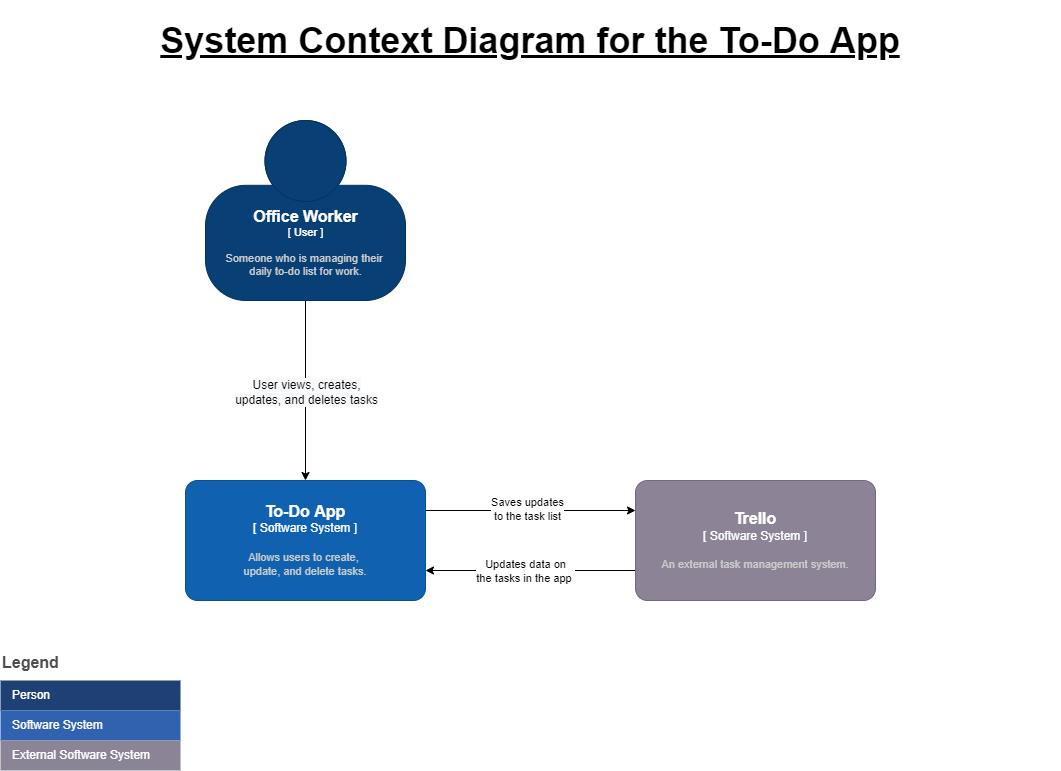
This is documentation/System Context Diagram.png from andiefonderson/DevOps-Course-Starter, a draw.io export, as it was before one commit. Source tidied: cells renumbered, new cells last; positions are measured from the earlier drawing's top-left corner, leaving out a move shared by most shapes. The source it was exported from:
```xml
<mxGraphModel>
  <root>
    <mxCell id="0" />
    <mxCell id="1" parent="0" />
    <mxCell id="2" style="edgeStyle=orthogonalEdgeStyle;rounded=0;jettySize=auto;html=1;exitX=0.5;exitY=1;exitDx=0;exitDy=0;exitPerimeter=0;" parent="1" edge="1" source="4" target="7">
      <mxGeometry relative="1" as="geometry" />
    </mxCell>
    <mxCell id="3" value="&lt;span style=&quot;font-size: 12px ; background-color: rgb(248 , 249 , 250)&quot;&gt;User views, creates,&lt;br&gt;updates, and deletes tasks&lt;br&gt;&lt;/span&gt;" style="edgeLabel;html=1;align=center;verticalAlign=middle;" parent="2" vertex="1">
      <mxGeometry x="0.28" y="2" relative="1" as="geometry">
        <mxPoint x="-2" y="-24" as="offset" />
      </mxGeometry>
    </mxCell>
    <object id="4" label="&lt;font style=&quot;font-size: 16px&quot;&gt;&lt;b&gt;%c4Name%&lt;/b&gt;&lt;/font&gt;&lt;div&gt;[%c4Type%]&lt;/div&gt;&lt;br&gt;&lt;div&gt;&lt;font style=&quot;font-size: 11px&quot;&gt;&lt;font color=&quot;#cccccc&quot;&gt;%c4Description%&lt;/font&gt;&lt;/div&gt;" c4Description="Someone who is managing their &#10;daily to-do list for work." c4Name="Office Worker" c4Type=" User " placeholders="1">
      <mxCell style="html=1;fontSize=11;dashed=0;whitespace=wrap;fillColor=#083F75;strokeColor=#06315C;fontColor=#ffffff;shape=mxgraph.c4.person2;align=center;points=[[0.5,0,0],[1,0.5,0],[1,0.75,0],[0.75,1,0],[0.5,1,0],[0.25,1,0],[0,0.75,0],[0,0.5,0]];spacingRight=0;spacingLeft=0;" parent="1" vertex="1">
        <mxGeometry x="205" y="120" width="200" height="180" as="geometry" />
      </mxCell>
    </object>
    <mxCell id="5" style="edgeStyle=orthogonalEdgeStyle;rounded=0;jettySize=auto;html=1;exitX=1;exitY=0.25;exitDx=0;exitDy=0;exitPerimeter=0;entryX=0;entryY=0.25;entryDx=0;entryDy=0;entryPerimeter=0;" parent="1" edge="1" source="7" target="10">
      <mxGeometry relative="1" as="geometry" />
    </mxCell>
    <mxCell id="6" value="Saves updates&lt;br&gt;to the task list" style="edgeLabel;html=1;align=center;verticalAlign=middle;" parent="5" vertex="1">
      <mxGeometry x="-0.15" y="2" relative="1" as="geometry">
        <mxPoint x="12" as="offset" />
      </mxGeometry>
    </mxCell>
    <object id="7" label="&lt;font style=&quot;font-size: 16px&quot;&gt;&lt;b&gt;%c4Name%&lt;/b&gt;&lt;/font&gt;&lt;div&gt;[%c4Type%]&lt;/div&gt;&lt;br&gt;&lt;div&gt;&lt;font style=&quot;font-size: 11px&quot;&gt;&lt;font color=&quot;#cccccc&quot;&gt;%c4Description%&lt;/font&gt;&lt;/div&gt;" c4Description="Allows users to create, &#10;update, and delete tasks." c4Name="To-Do App" c4Type=" Software System " placeholders="1">
      <mxCell style="rounded=1;whiteSpace=wrap;html=1;labelBackgroundColor=none;fillColor=#1061B0;fontColor=#ffffff;align=center;arcSize=10;strokeColor=#0D5091;points=[[0.25,0,0],[0.5,0,0],[0.75,0,0],[1,0.25,0],[1,0.5,0],[1,0.75,0],[0.75,1,0],[0.5,1,0],[0.25,1,0],[0,0.75,0],[0,0.5,0],[0,0.25,0]];" parent="1" vertex="1">
        <mxGeometry x="185" y="480" width="240" height="120" as="geometry" />
      </mxCell>
    </object>
    <mxCell id="8" style="edgeStyle=orthogonalEdgeStyle;rounded=0;jettySize=auto;html=1;exitX=0;exitY=0.75;exitDx=0;exitDy=0;exitPerimeter=0;entryX=1;entryY=0.75;entryDx=0;entryDy=0;entryPerimeter=0;" parent="1" edge="1" source="10" target="7">
      <mxGeometry relative="1" as="geometry">
        <Array as="points">
          <mxPoint x="515" y="570" />
          <mxPoint x="515" y="570" />
        </Array>
      </mxGeometry>
    </mxCell>
    <mxCell id="9" value="Updates data on&lt;br&gt;the tasks in the app&amp;nbsp;" style="edgeLabel;html=1;align=center;verticalAlign=middle;" parent="8" vertex="1">
      <mxGeometry x="0.24" y="2" relative="1" as="geometry">
        <mxPoint x="19" y="-2" as="offset" />
      </mxGeometry>
    </mxCell>
    <object id="10" label="&lt;font style=&quot;font-size: 16px&quot;&gt;&lt;b&gt;%c4Name%&lt;/b&gt;&lt;/font&gt;&lt;div&gt;[%c4Type%]&lt;/div&gt;&lt;br&gt;&lt;div&gt;&lt;font style=&quot;font-size: 11px&quot;&gt;&lt;font color=&quot;#cccccc&quot;&gt;%c4Description%&lt;/font&gt;&lt;/div&gt;" c4Description="An external task management system." c4Name="Trello" c4Type=" Software System " placeholders="1">
      <mxCell style="rounded=1;whiteSpace=wrap;html=1;labelBackgroundColor=none;fillColor=#8C8496;fontColor=#ffffff;align=center;arcSize=10;strokeColor=#736782;points=[[0.25,0,0],[0.5,0,0],[0.75,0,0],[1,0.25,0],[1,0.5,0],[1,0.75,0],[0.75,1,0],[0.5,1,0],[0.25,1,0],[0,0.75,0],[0,0.5,0],[0,0.25,0]];" parent="1" vertex="1">
        <mxGeometry x="635" y="480" width="240" height="120" as="geometry" />
      </mxCell>
    </object>
    <mxCell id="11" value="System Context Diagram for the To-Do App" style="text;html=1;strokeColor=none;fillColor=none;align=center;verticalAlign=middle;whiteSpace=wrap;rounded=0;labelBackgroundColor=none;labelBorderColor=none;spacingLeft=15;spacingRight=15;horizontal=1;fontSize=36;fontStyle=5;" parent="1" vertex="1">
      <mxGeometry width="1060" height="80" as="geometry" />
    </mxCell>
    <mxCell id="12" value="Legend" style="align=left;fontSize=16;fontStyle=1;strokeColor=none;fillColor=none;fontColor=#4D4D4D;spacingTop=-8;" parent="1" vertex="1">
      <mxGeometry y="650" width="180" height="30" as="geometry" />
    </mxCell>
    <mxCell id="13" style="shape=table;html=1;whiteSpace=wrap;startSize=0;fillColor=none;align=left;spacingLeft=10;strokeColor=none;rounded=1;arcSize=11;fontColor=#FFFFFF;" parent="1" vertex="1">
      <mxGeometry y="680" width="180" height="90" as="geometry" />
    </mxCell>
    <mxCell id="14" value="Person" style="shape=partialRectangle;html=1;whiteSpace=wrap;fillColor=#1E4074;top=0;left=0;bottom=0;right=0;overflow=hidden;align=left;spacingLeft=10;strokeColor=none;fontColor=#FFFFFF;perimeter=rectanglePerimeter;noLabel=0;" parent="13" vertex="1">
      <mxGeometry width="180" height="30" as="geometry" />
    </mxCell>
    <mxCell id="15" value="Software System" style="shape=partialRectangle;html=1;whiteSpace=wrap;fillColor=#3162AF;top=0;left=0;bottom=0;right=0;overflow=hidden;align=left;spacingLeft=10;fontColor=#FFFFFF;" parent="13" vertex="1">
      <mxGeometry y="30" width="180" height="30" as="geometry" />
    </mxCell>
    <mxCell id="16" value="External Software System" style="shape=partialRectangle;html=1;whiteSpace=wrap;fillColor=#8B8496;top=0;left=0;bottom=0;right=0;overflow=hidden;align=left;spacingLeft=10;fontColor=#FFFFFF;" parent="13" vertex="1">
      <mxGeometry y="60" width="180" height="30" as="geometry" />
    </mxCell>
  </root>
</mxGraphModel>
```
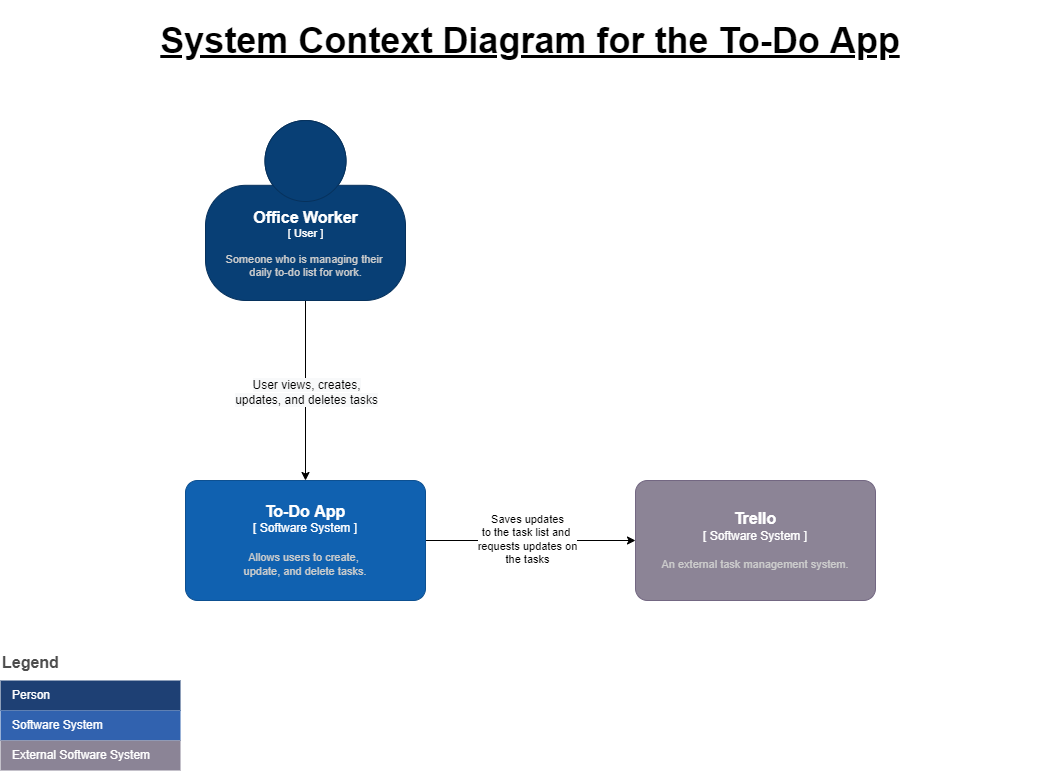
Above is the later version.

Change to the diagram source:
```diff
@@ -15,10 +15,10 @@
         <mxGeometry x="205" y="120" width="200" height="180" as="geometry" />
       </mxCell>
     </object>
-    <mxCell id="5" style="edgeStyle=orthogonalEdgeStyle;rounded=0;jettySize=auto;html=1;exitX=1;exitY=0.25;exitDx=0;exitDy=0;exitPerimeter=0;entryX=0;entryY=0.25;entryDx=0;entryDy=0;entryPerimeter=0;" parent="1" edge="1" source="7" target="10">
+    <mxCell id="5" style="edgeStyle=orthogonalEdgeStyle;rounded=0;jettySize=auto;html=1;exitX=1;exitY=0.5;exitDx=0;exitDy=0;exitPerimeter=0;entryX=0;entryY=0.5;entryDx=0;entryDy=0;entryPerimeter=0;" parent="1" edge="1" source="7" target="10">
       <mxGeometry relative="1" as="geometry" />
     </mxCell>
-    <mxCell id="6" value="Saves updates&lt;br&gt;to the task list" style="edgeLabel;html=1;align=center;verticalAlign=middle;" parent="5" vertex="1">
+    <mxCell id="6" value="Saves updates&lt;br&gt;to the task list and&amp;nbsp;&lt;br&gt;requests updates on&lt;br&gt;the tasks" style="edgeLabel;html=1;align=center;verticalAlign=middle;" parent="5" vertex="1">
       <mxGeometry x="-0.15" y="2" relative="1" as="geometry">
         <mxPoint x="12" as="offset" />
       </mxGeometry>
@@ -28,19 +28,6 @@
         <mxGeometry x="185" y="480" width="240" height="120" as="geometry" />
       </mxCell>
     </object>
-    <mxCell id="8" style="edgeStyle=orthogonalEdgeStyle;rounded=0;jettySize=auto;html=1;exitX=0;exitY=0.75;exitDx=0;exitDy=0;exitPerimeter=0;entryX=1;entryY=0.75;entryDx=0;entryDy=0;entryPerimeter=0;" parent="1" edge="1" source="10" target="7">
-      <mxGeometry relative="1" as="geometry">
-        <Array as="points">
-          <mxPoint x="515" y="570" />
-          <mxPoint x="515" y="570" />
-        </Array>
-      </mxGeometry>
-    </mxCell>
-    <mxCell id="9" value="Updates data on&lt;br&gt;the tasks in the app&amp;nbsp;" style="edgeLabel;html=1;align=center;verticalAlign=middle;" parent="8" vertex="1">
-      <mxGeometry x="0.24" y="2" relative="1" as="geometry">
-        <mxPoint x="19" y="-2" as="offset" />
-      </mxGeometry>
-    </mxCell>
     <object id="10" label="&lt;font style=&quot;font-size: 16px&quot;&gt;&lt;b&gt;%c4Name%&lt;/b&gt;&lt;/font&gt;&lt;div&gt;[%c4Type%]&lt;/div&gt;&lt;br&gt;&lt;div&gt;&lt;font style=&quot;font-size: 11px&quot;&gt;&lt;font color=&quot;#cccccc&quot;&gt;%c4Description%&lt;/font&gt;&lt;/div&gt;" c4Description="An external task management system." c4Name="Trello" c4Type=" Software System " placeholders="1">
       <mxCell style="rounded=1;whiteSpace=wrap;html=1;labelBackgroundColor=none;fillColor=#8C8496;fontColor=#ffffff;align=center;arcSize=10;strokeColor=#736782;points=[[0.25,0,0],[0.5,0,0],[0.75,0,0],[1,0.25,0],[1,0.5,0],[1,0.75,0],[0.75,1,0],[0.5,1,0],[0.25,1,0],[0,0.75,0],[0,0.5,0],[0,0.25,0]];" parent="1" vertex="1">
         <mxGeometry x="635" y="480" width="240" height="120" as="geometry" />
```
